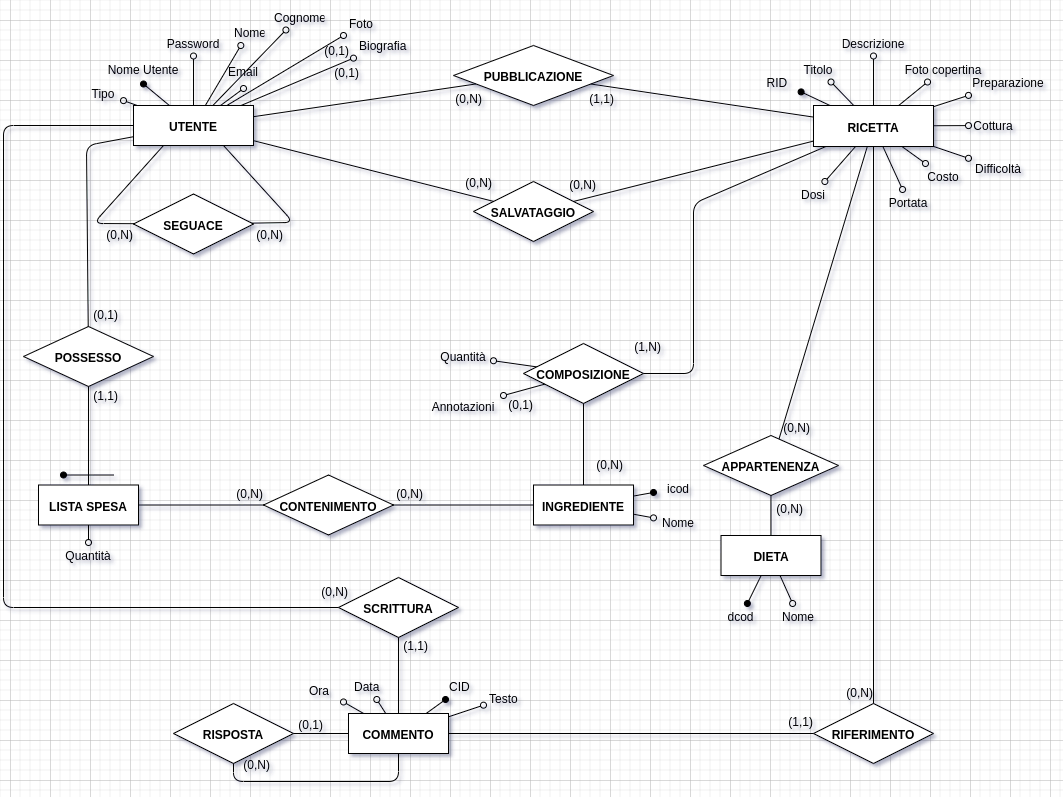
Before: progetto/er2.png, a diagram exported from draw.io (m0canu1/database). Source tidied: cells renumbered, new cells last; positions are measured from the earlier drawing's top-left corner, leaving out a move shared by most shapes.
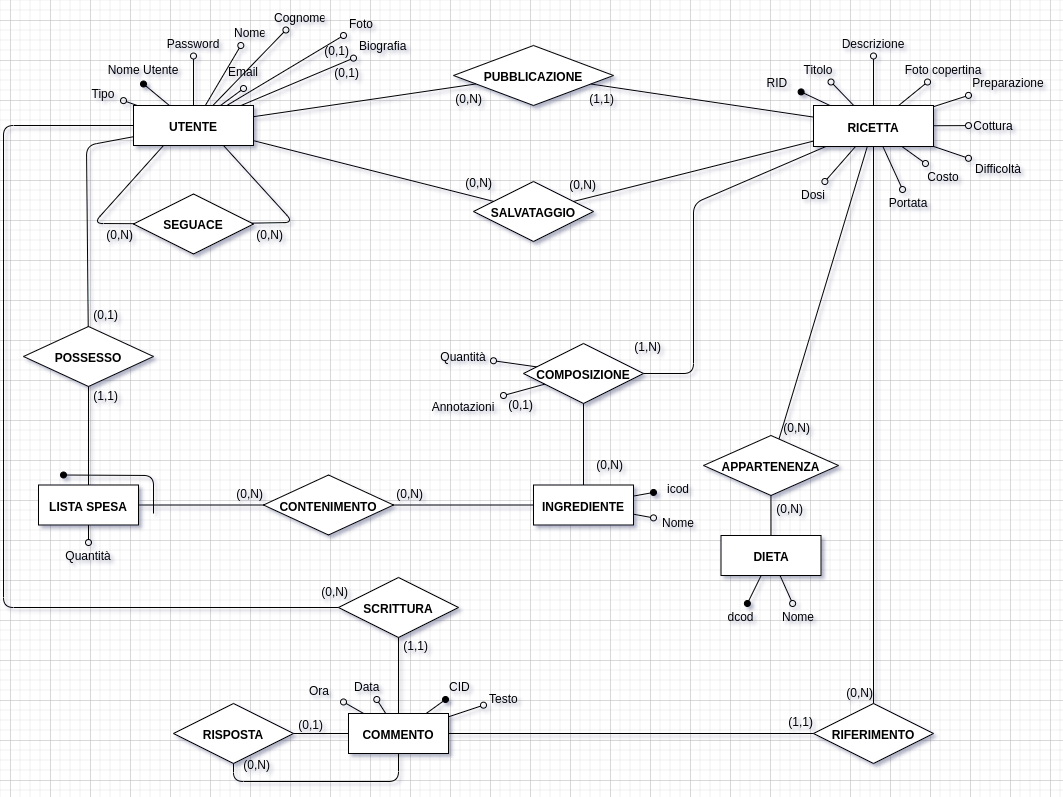
After the commit.

Change to the diagram source:
```diff
@@ -119,10 +119,13 @@
     <mxCell id="40" value="CONTENIMENTO" style="shape=rhombus;perimeter=rhombusPerimeter;whiteSpace=wrap;html=1;align=center;fontStyle=1;" parent="1" vertex="1">
       <mxGeometry x="260" y="471.5" width="130" height="60" as="geometry" />
     </mxCell>
-    <mxCell id="41" style="edgeStyle=none;rounded=0;orthogonalLoop=1;jettySize=auto;html=1;endArrow=oval;endFill=1;" parent="1" edge="1">
+    <mxCell id="41" style="edgeStyle=none;rounded=1;orthogonalLoop=1;jettySize=auto;html=1;endArrow=oval;endFill=1;" parent="1" edge="1">
       <mxGeometry relative="1" as="geometry">
-        <mxPoint x="110" y="471.5" as="sourcePoint" />
+        <mxPoint x="150" y="510" as="sourcePoint" />
         <mxPoint x="60" y="471.5" as="targetPoint" />
+        <Array as="points">
+          <mxPoint x="150" y="472" />
+        </Array>
       </mxGeometry>
     </mxCell>
     <mxCell id="42" style="edgeStyle=none;rounded=0;jettySize=auto;html=1;startArrow=none;startFill=0;endArrow=oval;endFill=0;" parent="1" edge="1" source="43" target="102">
```
